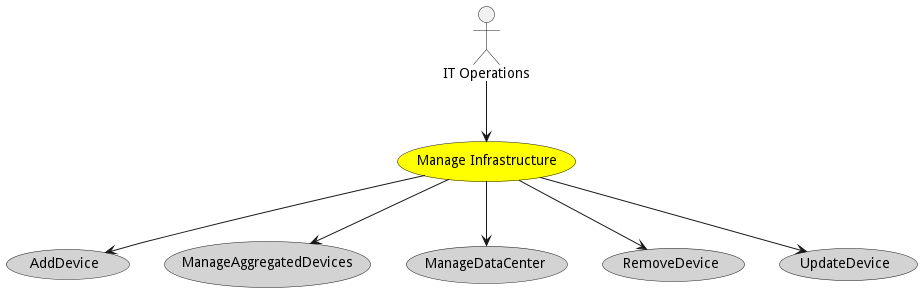
Above: docs/edgemere/cpl/usecases/manageinfrastructure/Activities.png in madajaju/edgemere (PlantUML), before the change.
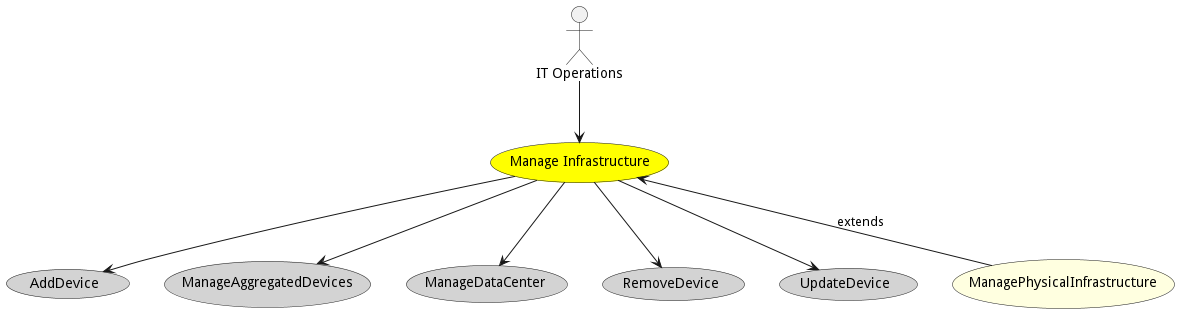
After the change.

Change to the diagram source:
```diff
@@ -31,6 +31,10 @@
 
 
 
+usecase "ManagePhysicalInfrastructure" as ManagePhysicalInfrastructure #lightyellow
+
+ManageInfrastructure <-- ManagePhysicalInfrastructure : extends
+
 
 
 
```
